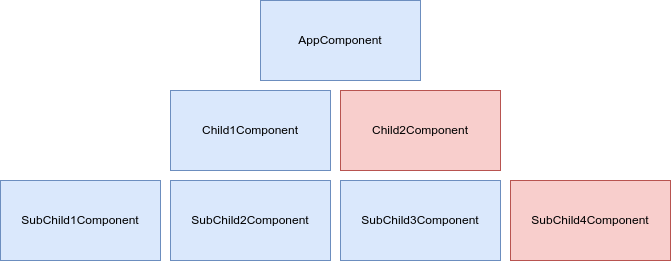
Before: slides/assets/signal.png, a diagram exported from draw.io (fallainmat/conference-angular-17). Source tidied: cells renumbered, new cells last; positions are measured from the earlier drawing's top-left corner, leaving out a move shared by most shapes. Source of this version:
```xml
<mxGraphModel>
  <root>
    <mxCell id="0" />
    <mxCell id="1" parent="0" />
    <mxCell id="2" value="AppComponent" style="rounded=0;whiteSpace=wrap;html=1;fillColor=#dae8fc;strokeColor=#6c8ebf;" parent="1" vertex="1">
      <mxGeometry x="260" width="160" height="80" as="geometry" />
    </mxCell>
    <mxCell id="3" value="Child2Component" style="rounded=0;whiteSpace=wrap;html=1;fillColor=#f8cecc;strokeColor=#b85450;" parent="1" vertex="1">
      <mxGeometry x="340" y="90" width="160" height="80" as="geometry" />
    </mxCell>
    <mxCell id="4" value="SubChild4Component" style="rounded=0;whiteSpace=wrap;html=1;fillColor=#f8cecc;strokeColor=#b85450;" parent="1" vertex="1">
      <mxGeometry x="510" y="180" width="160" height="80" as="geometry" />
    </mxCell>
    <mxCell id="5" value="Child1Component" style="rounded=0;whiteSpace=wrap;html=1;fillColor=#dae8fc;strokeColor=#6c8ebf;" parent="1" vertex="1">
      <mxGeometry x="170" y="90" width="160" height="80" as="geometry" />
    </mxCell>
    <mxCell id="6" value="SubChild3Component" style="rounded=0;whiteSpace=wrap;html=1;fillColor=#dae8fc;strokeColor=#6c8ebf;" parent="1" vertex="1">
      <mxGeometry x="340" y="180" width="160" height="80" as="geometry" />
    </mxCell>
    <mxCell id="7" value="SubChild2Component" style="rounded=0;whiteSpace=wrap;html=1;fillColor=#dae8fc;strokeColor=#6c8ebf;" parent="1" vertex="1">
      <mxGeometry x="170" y="180" width="160" height="80" as="geometry" />
    </mxCell>
    <mxCell id="8" value="SubChild1Component" style="rounded=0;whiteSpace=wrap;html=1;fillColor=#dae8fc;strokeColor=#6c8ebf;" parent="1" vertex="1">
      <mxGeometry y="180" width="160" height="80" as="geometry" />
    </mxCell>
  </root>
</mxGraphModel>
```
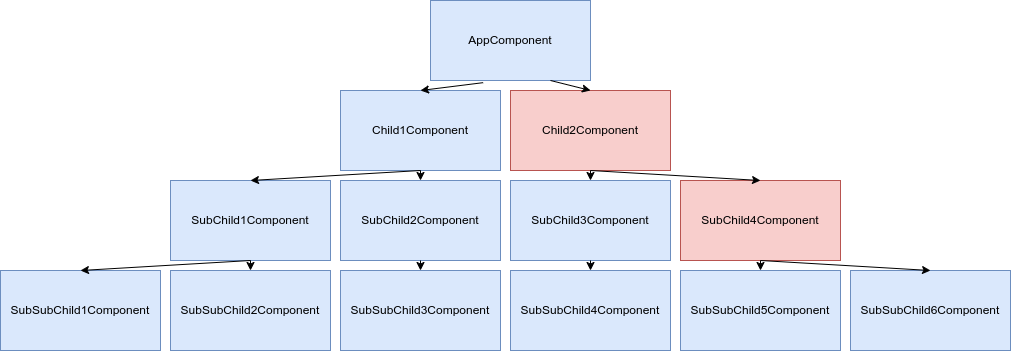
The same file after the commit.

What changed in the source:
```diff
@@ -23,5 +23,59 @@
     <mxCell id="8" value="SubChild1Component" style="rounded=0;whiteSpace=wrap;html=1;fillColor=#dae8fc;strokeColor=#6c8ebf;" parent="1" vertex="1">
       <mxGeometry y="180" width="160" height="80" as="geometry" />
     </mxCell>
+    <mxCell id="9" style="endArrow=classic;html=1;rounded=0;exitX=0.75;exitY=1;exitDx=0;exitDy=0;entryX=0.5;entryY=0;entryDx=0;entryDy=0;" parent="1" edge="1" source="2" target="3">
+      <mxGeometry relative="1" as="geometry" />
+    </mxCell>
+    <mxCell id="10" style="endArrow=classic;html=1;rounded=0;exitX=0.329;exitY=1.027;exitDx=0;exitDy=0;exitPerimeter=0;entryX=0.5;entryY=0;entryDx=0;entryDy=0;" parent="1" edge="1" source="2" target="5">
+      <mxGeometry relative="1" as="geometry" />
+    </mxCell>
+    <mxCell id="11" style="endArrow=classic;html=1;rounded=0;exitX=0.5;exitY=1;exitDx=0;exitDy=0;entryX=0.5;entryY=0;entryDx=0;entryDy=0;" parent="1" edge="1" source="3" target="6">
+      <mxGeometry relative="1" as="geometry" />
+    </mxCell>
+    <mxCell id="12" style="endArrow=classic;html=1;rounded=0;exitX=0.5;exitY=1;exitDx=0;exitDy=0;entryX=0.5;entryY=0;entryDx=0;entryDy=0;" parent="1" edge="1" source="3" target="4">
+      <mxGeometry relative="1" as="geometry" />
+    </mxCell>
+    <mxCell id="13" style="endArrow=classic;html=1;rounded=0;exitX=0.5;exitY=1;exitDx=0;exitDy=0;entryX=0.5;entryY=0;entryDx=0;entryDy=0;" parent="1" edge="1" source="5" target="7">
+      <mxGeometry relative="1" as="geometry" />
+    </mxCell>
+    <mxCell id="14" style="endArrow=classic;html=1;rounded=0;exitX=0.5;exitY=1;exitDx=0;exitDy=0;entryX=0.5;entryY=0;entryDx=0;entryDy=0;" parent="1" edge="1" source="5" target="8">
+      <mxGeometry relative="1" as="geometry" />
+    </mxCell>
+    <mxCell id="15" value="SubSubChild3Component" style="rounded=0;whiteSpace=wrap;html=1;fillColor=#dae8fc;strokeColor=#6c8ebf;" parent="1" vertex="1">
+      <mxGeometry x="170" y="270" width="160" height="80" as="geometry" />
+    </mxCell>
+    <mxCell id="16" value="SubSubChild2Component" style="rounded=0;whiteSpace=wrap;html=1;fillColor=#dae8fc;strokeColor=#6c8ebf;" parent="1" vertex="1">
+      <mxGeometry y="270" width="160" height="80" as="geometry" />
+    </mxCell>
+    <mxCell id="17" value="SubSubChild1Component" style="rounded=0;whiteSpace=wrap;html=1;fillColor=#dae8fc;strokeColor=#6c8ebf;" parent="1" vertex="1">
+      <mxGeometry x="-170" y="270" width="160" height="80" as="geometry" />
+    </mxCell>
+    <mxCell id="18" value="SubSubChild4Component" style="rounded=0;whiteSpace=wrap;html=1;fillColor=#dae8fc;strokeColor=#6c8ebf;" parent="1" vertex="1">
+      <mxGeometry x="340" y="270" width="160" height="80" as="geometry" />
+    </mxCell>
+    <mxCell id="19" value="SubSubChild5Component" style="rounded=0;whiteSpace=wrap;html=1;fillColor=#dae8fc;strokeColor=#6c8ebf;" parent="1" vertex="1">
+      <mxGeometry x="510" y="270" width="160" height="80" as="geometry" />
+    </mxCell>
+    <mxCell id="20" value="SubSubChild6Component" style="rounded=0;whiteSpace=wrap;html=1;fillColor=#dae8fc;strokeColor=#6c8ebf;" parent="1" vertex="1">
+      <mxGeometry x="680" y="270" width="160" height="80" as="geometry" />
+    </mxCell>
+    <mxCell id="21" style="endArrow=classic;html=1;rounded=0;exitX=0.5;exitY=1;exitDx=0;exitDy=0;entryX=0.5;entryY=0;entryDx=0;entryDy=0;" parent="1" edge="1" source="8" target="17">
+      <mxGeometry relative="1" as="geometry" />
+    </mxCell>
+    <mxCell id="22" style="endArrow=classic;html=1;rounded=0;exitX=0.5;exitY=1;exitDx=0;exitDy=0;entryX=0.5;entryY=0;entryDx=0;entryDy=0;" parent="1" edge="1" source="8" target="16">
+      <mxGeometry relative="1" as="geometry" />
+    </mxCell>
+    <mxCell id="23" style="endArrow=classic;html=1;rounded=0;exitX=0.5;exitY=1;exitDx=0;exitDy=0;entryX=0.5;entryY=0;entryDx=0;entryDy=0;" parent="1" edge="1" source="7" target="15">
+      <mxGeometry relative="1" as="geometry" />
+    </mxCell>
+    <mxCell id="24" style="endArrow=classic;html=1;rounded=0;exitX=0.5;exitY=1;exitDx=0;exitDy=0;entryX=0.5;entryY=0;entryDx=0;entryDy=0;" parent="1" edge="1" source="6" target="18">
+      <mxGeometry relative="1" as="geometry" />
+    </mxCell>
+    <mxCell id="25" style="endArrow=classic;html=1;rounded=0;exitX=0.5;exitY=1;exitDx=0;exitDy=0;" parent="1" edge="1" source="4" target="19">
+      <mxGeometry relative="1" as="geometry" />
+    </mxCell>
+    <mxCell id="26" style="endArrow=classic;html=1;rounded=0;exitX=0.5;exitY=1;exitDx=0;exitDy=0;entryX=0.5;entryY=0;entryDx=0;entryDy=0;" parent="1" edge="1" source="4" target="20">
+      <mxGeometry relative="1" as="geometry" />
+    </mxCell>
   </root>
 </mxGraphModel>
```
